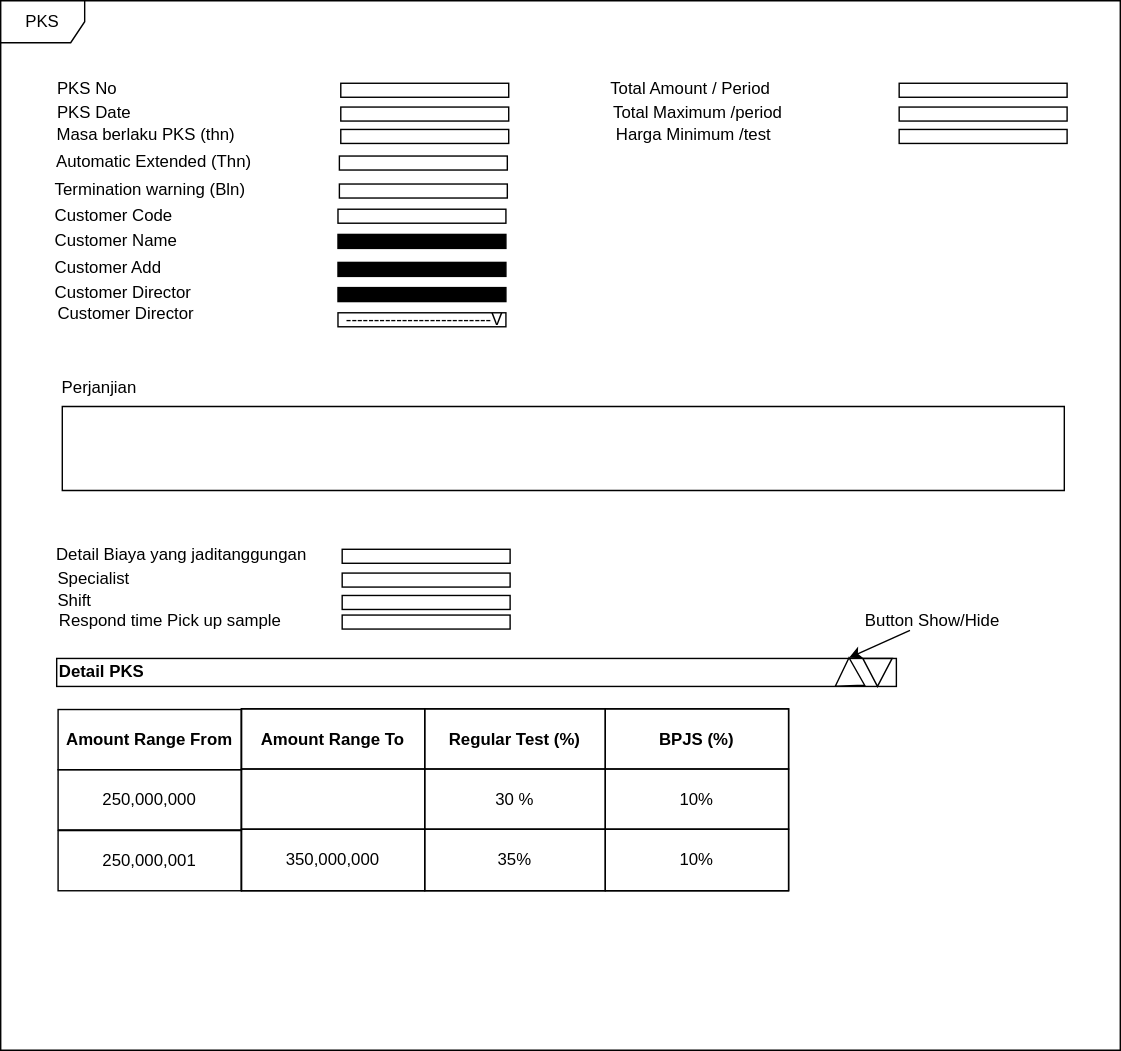
This is pattern/FSD.svg from riduan-risandi/inno_collection_diagram, a draw.io export, as it was before one commit. Source tidied: cells renumbered, new cells last; positions are measured from the earlier drawing's top-left corner, leaving out a move shared by most shapes.
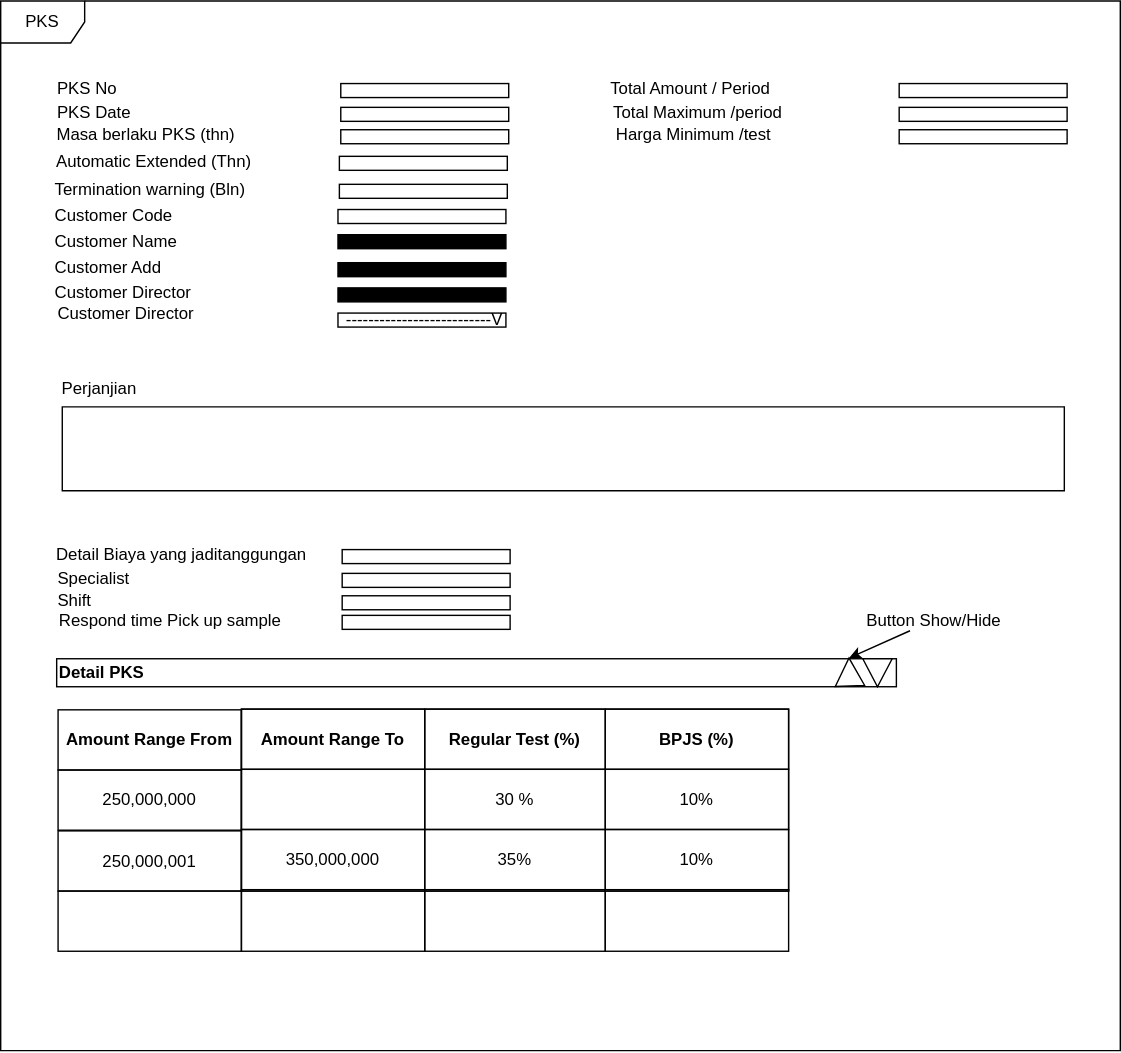
After the commit.

What changed in the source:
```diff
@@ -176,5 +176,17 @@
     <mxCell id="59" value="250,000,001" style="strokeColor=inherit;fillColor=none;align=center;whiteSpace=wrap;html=1;" parent="1" vertex="1">
       <mxGeometry x="41" y="593" width="131" height="43" as="geometry" />
     </mxCell>
+    <mxCell id="60" style="strokeColor=inherit;fillColor=none;align=center;whiteSpace=wrap;html=1;" parent="1" vertex="1">
+      <mxGeometry x="172" y="635" width="131" height="44" as="geometry" />
+    </mxCell>
+    <mxCell id="61" style="strokeColor=inherit;fillColor=none;align=center;whiteSpace=wrap;html=1;" parent="1" vertex="1">
+      <mxGeometry x="303" y="635" width="129" height="44" as="geometry" />
+    </mxCell>
+    <mxCell id="62" style="strokeColor=inherit;fillColor=none;align=center;whiteSpace=wrap;html=1;" parent="1" vertex="1">
+      <mxGeometry x="432" y="635" width="131" height="44" as="geometry" />
+    </mxCell>
+    <mxCell id="63" style="strokeColor=inherit;fillColor=none;align=center;whiteSpace=wrap;html=1;" parent="1" vertex="1">
+      <mxGeometry x="41" y="636" width="131" height="43" as="geometry" />
+    </mxCell>
   </root>
 </mxGraphModel>
```
